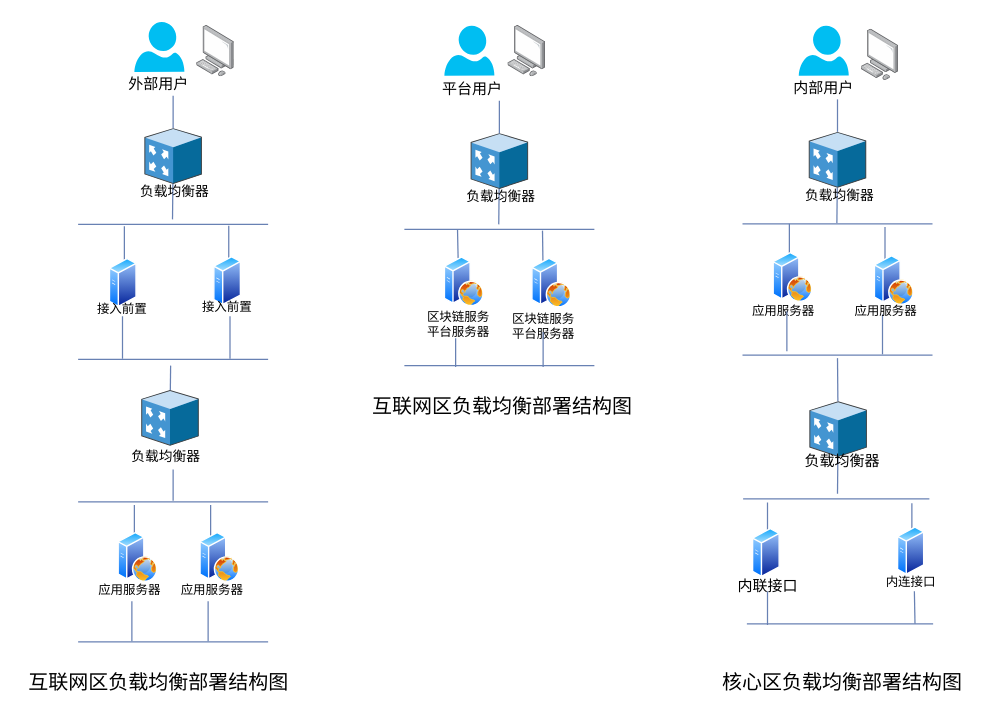
The draw.io diagram repository/drawio/postb/系统内F5部署结构图.drawio in dilide/collections, before the edit. Source tidied: cells renumbered, new cells numbered last; positions are measured from the earlier drawing's top-left corner, leaving out a move shared by most shapes. Both pictures are drawn from the tidied source at 125%, with x=0, y=0 at pixel (21, 21).
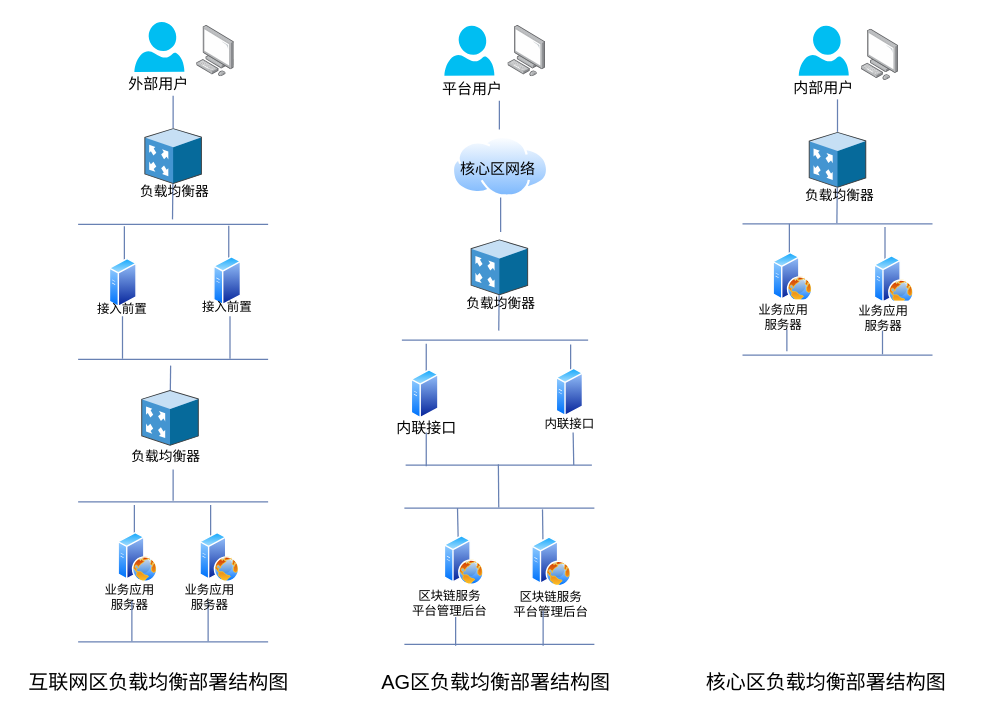
The same diagram, later.

Commit message:
Update 系统内F5部署结构图.drawio

What changed in the source:
```diff
@@
-    <mxCell id="11" value="区块链服务&lt;br style=&quot;font-size: 10px&quot;&gt;平台服务器" style="text;html=1;align=center;verticalAlign=top;spacingTop=-4;fontSize=10;" parent="1" vertex="1">
-      <mxGeometry x="314" y="228" width="70" height="24" as="geometry" />
+    <mxCell id="11" value="区块链服务&lt;br style=&quot;font-size: 10px&quot;&gt;平台管理后台" style="text;html=1;align=center;verticalAlign=top;spacingTop=-4;fontSize=10;" parent="1" vertex="1">
+      <mxGeometry x="301" y="451" width="82" height="24" as="geometry" />
     </mxCell>
     <mxCell id="12" style="endArrow=none;html=1;strokeColor=#6881B3;" parent="1" edge="1">
       <mxGeometry relative="1" as="geometry">
-        <mxPoint x="349" y="189" as="sourcePoint" />
-        <mxPoint x="348.5" y="166" as="targetPoint" />
+        <mxPoint x="349" y="412" as="sourcePoint" />
+        <mxPoint x="348.5" y="389" as="targetPoint" />
       </mxGeometry>
     </mxCell>
     <mxCell id="13" style="perimeter=ellipsePerimeter;html=1;align=center;shadow=0;dashed=0;spacingTop=3;image;image=img/lib/active_directory/web_server.svg;strokeColor=#6881B3;strokeWidth=1;fillColor=#99CCFF;fontSize=12;" parent="1" vertex="1">
-      <mxGeometry x="338" y="188" width="32" height="40" as="geometry" />
+      <mxGeometry x="338" y="411" width="32" height="40" as="geometry" />
     </mxCell>
@@
-    <mxCell id="27" value="应用服务器" style="text;html=1;align=center;verticalAlign=top;spacingTop=-4;fontSize=10;" parent="1" vertex="1">
-      <mxGeometry x="51" y="445.5" width="70" height="12" as="geometry" />
+    <mxCell id="27" value="业务应用&lt;br&gt;服务器" style="text;html=1;align=center;verticalAlign=top;spacingTop=-4;fontSize=10;" parent="1" vertex="1">
+      <mxGeometry x="57" y="445.5" width="58" height="24" as="geometry" />
     </mxCell>
@@
     <mxCell id="32" style="endArrow=none;html=1;strokeColor=#6881B3;" parent="1" edge="1">
       <mxGeometry relative="1" as="geometry">
-        <mxPoint x="347" y="276" as="sourcePoint" />
-        <mxPoint x="347" y="253" as="targetPoint" />
+        <mxPoint x="347" y="499" as="sourcePoint" />
+        <mxPoint x="347" y="476" as="targetPoint" />
       </mxGeometry>
     </mxCell>
@@
-    <mxCell id="35" style="shadow=0;dashed=0;html=1;labelPosition=center;verticalLabelPosition=bottom;verticalAlign=top;align=center;outlineConnect=0;shape=mxgraph.veeam.3d.proxy_appliance;direction=east;" parent="1" vertex="1">
-      <mxGeometry x="630" y="303.5" width="46" height="44.6" as="geometry" />
-    </mxCell>
-    <mxCell id="36" style="endArrow=none;html=1;strokeColor=#6881B3;" parent="1" edge="1" target="35">
-      <mxGeometry relative="1" as="geometry">
-        <mxPoint x="652.5" y="377.5" as="sourcePoint" />
-      </mxGeometry>
-    </mxCell>
-    <mxCell id="37" value="&lt;font style=&quot;font-size: 12px&quot;&gt;负载均衡器&lt;/font&gt;" style="text;html=1;align=center;verticalAlign=middle;labelBackgroundColor=none;fontSize=19;" parent="36" vertex="1">
-      <mxGeometry x="0.93" y="-3" relative="1" as="geometry" />
-    </mxCell>
-    <mxCell id="38" style="endArrow=none;html=1;strokeColor=#6881B3;fontSize=10;" parent="1" edge="1">
-      <mxGeometry relative="1" as="geometry">
-        <mxPoint x="577" y="381.5" as="sourcePoint" />
-        <mxPoint x="726" y="381.5" as="targetPoint" />
-      </mxGeometry>
-    </mxCell>
-    <mxCell id="39" style="endArrow=none;html=1;strokeColor=#6881B3;" parent="1" edge="1">
-      <mxGeometry relative="1" as="geometry">
-        <mxPoint x="596.5" y="418.5" as="sourcePoint" />
-        <mxPoint x="596.5" y="384.5" as="targetPoint" />
-      </mxGeometry>
-    </mxCell>
-    <mxCell id="40" style="perimeter=ellipsePerimeter;html=1;align=center;shadow=0;dashed=0;spacingTop=3;image;image=img/lib/active_directory/generic_server.svg;strokeColor=#6881B3;strokeWidth=1;fillColor=#99CCFF;fontSize=8;" parent="1" vertex="1">
-      <mxGeometry x="584.5" y="405" width="22.4" height="40" as="geometry" />
-    </mxCell>
-    <mxCell id="41" style="endArrow=none;html=1;strokeColor=#6881B3;" parent="1" edge="1">
-      <mxGeometry relative="1" as="geometry">
-        <mxPoint x="712" y="419" as="sourcePoint" />
-        <mxPoint x="712" y="385" as="targetPoint" />
-      </mxGeometry>
-    </mxCell>
-    <mxCell id="42" style="perimeter=ellipsePerimeter;html=1;align=center;shadow=0;dashed=0;spacingTop=3;image;image=img/lib/active_directory/generic_server.svg;strokeColor=#6881B3;strokeWidth=1;fillColor=#99CCFF;fontSize=8;" parent="1" vertex="1">
-      <mxGeometry x="700.5" y="403.5" width="22" height="40" as="geometry" />
-    </mxCell>
-    <mxCell id="43" value="内连接口" style="text;html=1;align=center;verticalAlign=top;spacingTop=-4;fontSize=10;" parent="1" vertex="1">
-      <mxGeometry x="682" y="439.5" width="58" height="12" as="geometry" />
-    </mxCell>
-    <mxCell id="44" style="endArrow=none;html=1;strokeColor=#6881B3;" parent="1" edge="1">
-      <mxGeometry relative="1" as="geometry">
-        <mxPoint x="596.5" y="482.5" as="sourcePoint" />
-        <mxPoint x="596.5" y="455.5" as="targetPoint" />
-      </mxGeometry>
-    </mxCell>
-    <mxCell id="45" style="endArrow=none;html=1;strokeColor=#6881B3;" parent="1" edge="1">
-      <mxGeometry relative="1" as="geometry">
-        <mxPoint x="714.5" y="481.5" as="sourcePoint" />
-        <mxPoint x="714" y="455.5" as="targetPoint" />
-      </mxGeometry>
-    </mxCell>
-    <mxCell id="46" style="endArrow=none;html=1;strokeColor=#6881B3;fontSize=10;" parent="1" edge="1">
-      <mxGeometry relative="1" as="geometry">
-        <mxPoint x="580" y="481.5" as="sourcePoint" />
-        <mxPoint x="729" y="481.5" as="targetPoint" />
-      </mxGeometry>
-    </mxCell>
@@
-    <mxCell id="51" value="应用服务器" style="text;html=1;align=center;verticalAlign=top;spacingTop=-4;fontSize=10;" parent="1" vertex="1">
-      <mxGeometry x="116.5" y="445.5" width="70" height="12" as="geometry" />
+    <mxCell id="51" value="业务应用&lt;br&gt;服务器" style="text;html=1;align=center;verticalAlign=top;spacingTop=-4;fontSize=10;" parent="1" vertex="1">
+      <mxGeometry x="120.5" y="445.5" width="58" height="24" as="geometry" />
     </mxCell>
@@
     <mxCell id="53" style="shadow=0;dashed=0;html=1;labelPosition=center;verticalLabelPosition=bottom;verticalAlign=top;align=center;outlineConnect=0;shape=mxgraph.veeam.3d.proxy_appliance;direction=east;" parent="1" vertex="1">
-      <mxGeometry x="359" y="89" width="46" height="44.6" as="geometry" />
+      <mxGeometry x="359" y="174" width="46" height="44.6" as="geometry" />
     </mxCell>
-    <mxCell id="54" style="endArrow=none;html=1;strokeColor=#6881B3;entryX=0.5;entryY=1;entryDx=0;entryDy=0;" parent="1" edge="1" source="53">
+    <mxCell id="54" style="endArrow=none;html=1;strokeColor=#6881B3;entryX=0.5;entryY=1;entryDx=0;entryDy=0;" parent="1" edge="1">
       <mxGeometry relative="1" as="geometry">
+        <mxPoint x="382" y="86" as="sourcePoint" />
         <mxPoint x="382" y="63" as="targetPoint" />
       </mxGeometry>
     </mxCell>
     <mxCell id="55" style="endArrow=none;html=1;strokeColor=#6881B3;" parent="1" edge="1">
       <mxGeometry relative="1" as="geometry">
-        <mxPoint x="381.5" y="162" as="sourcePoint" />
-        <mxPoint x="381.8" y="133.6" as="targetPoint" />
+        <mxPoint x="381.5" y="247" as="sourcePoint" />
+        <mxPoint x="381.8" y="218.6" as="targetPoint" />
       </mxGeometry>
     </mxCell>
@@
     <mxCell id="57" style="endArrow=none;html=1;strokeColor=#6881B3;fontSize=10;" parent="1" edge="1">
       <mxGeometry relative="1" as="geometry">
-        <mxPoint x="306" y="166" as="sourcePoint" />
-        <mxPoint x="458" y="166" as="targetPoint" />
+        <mxPoint x="306" y="389" as="sourcePoint" />
+        <mxPoint x="458" y="389" as="targetPoint" />
       </mxGeometry>
     </mxCell>
-    <mxCell id="58" value="区块链服务&lt;br style=&quot;font-size: 10px&quot;&gt;平台服务器" style="text;html=1;align=center;verticalAlign=top;spacingTop=-4;fontSize=10;" parent="1" vertex="1">
-      <mxGeometry x="382" y="229" width="70" height="24" as="geometry" />
+    <mxCell id="58" value="区块链服务&lt;br style=&quot;font-size: 10px&quot;&gt;平台管理后台" style="text;html=1;align=center;verticalAlign=top;spacingTop=-4;fontSize=10;" parent="1" vertex="1">
+      <mxGeometry x="382" y="452" width="82" height="24" as="geometry" />
     </mxCell>
     <mxCell id="59" style="endArrow=none;html=1;strokeColor=#6881B3;exitX=0.25;exitY=0;exitDx=0;exitDy=0;" parent="1" edge="1" source="60">
       <mxGeometry relative="1" as="geometry">
-        <mxPoint x="416.5" y="167" as="targetPoint" />
+        <mxPoint x="416.5" y="390" as="targetPoint" />
       </mxGeometry>
     </mxCell>
     <mxCell id="60" style="perimeter=ellipsePerimeter;html=1;align=center;shadow=0;dashed=0;spacingTop=3;image;image=img/lib/active_directory/web_server.svg;strokeColor=#6881B3;strokeWidth=1;fillColor=#99CCFF;fontSize=12;" parent="1" vertex="1">
-      <mxGeometry x="408" y="189" width="32" height="40" as="geometry" />
+      <mxGeometry x="408" y="412" width="32" height="40" as="geometry" />
     </mxCell>
     <mxCell id="61" style="endArrow=none;html=1;strokeColor=#6881B3;" parent="1" edge="1">
       <mxGeometry relative="1" as="geometry">
-        <mxPoint x="417" y="276" as="sourcePoint" />
-        <mxPoint x="417" y="248" as="targetPoint" />
+        <mxPoint x="417" y="499" as="sourcePoint" />
+        <mxPoint x="417" y="471" as="targetPoint" />
       </mxGeometry>
     </mxCell>
     <mxCell id="62" style="endArrow=none;html=1;strokeColor=#6881B3;fontSize=10;" parent="1" edge="1">
       <mxGeometry relative="1" as="geometry">
-        <mxPoint x="306" y="275" as="sourcePoint" />
-        <mxPoint x="458" y="275" as="targetPoint" />
+        <mxPoint x="306" y="498" as="sourcePoint" />
+        <mxPoint x="458" y="498" as="targetPoint" />
       </mxGeometry>
     </mxCell>
@@
-    <mxCell id="72" value="应用服务器" style="text;html=1;align=center;verticalAlign=top;spacingTop=-4;fontSize=10;" parent="1" vertex="1">
-      <mxGeometry x="573.5" y="223" width="70" height="12" as="geometry" />
-    </mxCell>
@@
-    <mxCell id="79" value="应用服务器" style="text;html=1;align=center;verticalAlign=top;spacingTop=-4;fontSize=10;" parent="1" vertex="1">
-      <mxGeometry x="656" y="223" width="70" height="12" as="geometry" />
-    </mxCell>
@@
-    <mxCell id="81" style="endArrow=none;html=1;strokeColor=#6881B3;" parent="1" edge="1" source="35">
-      <mxGeometry relative="1" as="geometry">
-        <mxPoint x="652.5" y="269" as="targetPoint" />
-      </mxGeometry>
-    </mxCell>
-    <mxCell id="82" value="内联接口" style="text;html=1;align=left;verticalAlign=top;spacingTop=-4;" parent="1" vertex="1">
-      <mxGeometry x="570.5" y="441.5" width="58" height="14" as="geometry" />
-    </mxCell>
     <mxCell id="83" value="核心区负载均衡部署结构图" style="text;html=1;align=center;verticalAlign=top;spacingTop=-4;fontSize=16;" parent="1" vertex="1">
-      <mxGeometry x="579" y="516" width="154" height="14" as="geometry" />
+      <mxGeometry x="566" y="516" width="154" height="14" as="geometry" />
     </mxCell>
-    <mxCell id="84" value="互联网区负载均衡部署结构图" style="text;html=1;align=center;verticalAlign=top;spacingTop=-4;fontSize=16;" parent="1" vertex="1">
-      <mxGeometry x="275" y="294.5" width="218" height="19" as="geometry" />
+    <mxCell id="84" value="AG区负载均衡部署结构图" style="text;html=1;align=center;verticalAlign=top;spacingTop=-4;fontSize=16;" parent="1" vertex="1">
+      <mxGeometry x="282.5" y="516" width="193" height="19" as="geometry" />
     </mxCell>
@@
+    <mxCell id="72" value="业务应用&lt;br&gt;服务器" style="text;html=1;align=center;verticalAlign=top;spacingTop=-4;fontSize=10;fillColor=#ffffff;" parent="1" vertex="1">
+      <mxGeometry x="579.5" y="222" width="58" height="24" as="geometry" />
+    </mxCell>
+    <mxCell id="79" value="业务应用&lt;br&gt;服务器" style="text;html=1;align=center;verticalAlign=top;spacingTop=-4;fontSize=10;fillColor=#ffffff;" parent="1" vertex="1">
+      <mxGeometry x="660" y="223" width="58" height="24" as="geometry" />
+    </mxCell>
+    <mxCell id="86" style="endArrow=none;html=1;strokeColor=#6881B3;fontSize=10;" parent="1" edge="1">
+      <mxGeometry relative="1" as="geometry">
+        <mxPoint x="304" y="254.5" as="sourcePoint" />
+        <mxPoint x="453" y="254.5" as="targetPoint" />
+      </mxGeometry>
+    </mxCell>
+    <mxCell id="87" style="endArrow=none;html=1;strokeColor=#6881B3;" parent="1" edge="1">
+      <mxGeometry relative="1" as="geometry">
+        <mxPoint x="323.5" y="291.5" as="sourcePoint" />
+        <mxPoint x="323.5" y="257.5" as="targetPoint" />
+      </mxGeometry>
+    </mxCell>
+    <mxCell id="88" style="perimeter=ellipsePerimeter;html=1;align=center;shadow=0;dashed=0;spacingTop=3;image;image=img/lib/active_directory/generic_server.svg;strokeColor=#6881B3;strokeWidth=1;fillColor=#99CCFF;fontSize=8;" parent="1" vertex="1">
+      <mxGeometry x="311.5" y="278" width="22.4" height="40" as="geometry" />
+    </mxCell>
+    <mxCell id="89" style="endArrow=none;html=1;strokeColor=#6881B3;" parent="1" edge="1">
+      <mxGeometry relative="1" as="geometry">
+        <mxPoint x="439" y="292" as="sourcePoint" />
+        <mxPoint x="439" y="258" as="targetPoint" />
+      </mxGeometry>
+    </mxCell>
+    <mxCell id="90" style="perimeter=ellipsePerimeter;html=1;align=center;shadow=0;dashed=0;spacingTop=3;image;image=img/lib/active_directory/generic_server.svg;strokeColor=#6881B3;strokeWidth=1;fillColor=#99CCFF;fontSize=8;" parent="1" vertex="1">
+      <mxGeometry x="427.5" y="276.5" width="22" height="40" as="geometry" />
+    </mxCell>
+    <mxCell id="91" value="内联接口" style="text;html=1;align=center;verticalAlign=top;spacingTop=-4;fontSize=10;" parent="1" vertex="1">
+      <mxGeometry x="409" y="312.5" width="58" height="12" as="geometry" />
+    </mxCell>
+    <mxCell id="92" style="endArrow=none;html=1;strokeColor=#6881B3;" parent="1" edge="1">
+      <mxGeometry relative="1" as="geometry">
+        <mxPoint x="323.5" y="355.5" as="sourcePoint" />
+        <mxPoint x="323.5" y="328.5" as="targetPoint" />
+      </mxGeometry>
+    </mxCell>
+    <mxCell id="93" style="endArrow=none;html=1;strokeColor=#6881B3;" parent="1" edge="1">
+      <mxGeometry relative="1" as="geometry">
+        <mxPoint x="441.5" y="354.5" as="sourcePoint" />
+        <mxPoint x="441" y="328.5" as="targetPoint" />
+      </mxGeometry>
+    </mxCell>
+    <mxCell id="94" style="endArrow=none;html=1;strokeColor=#6881B3;fontSize=10;" parent="1" edge="1">
+      <mxGeometry relative="1" as="geometry">
+        <mxPoint x="307" y="354.5" as="sourcePoint" />
+        <mxPoint x="456" y="354.5" as="targetPoint" />
+      </mxGeometry>
+    </mxCell>
+    <mxCell id="82" value="内联接口" style="text;html=1;align=left;verticalAlign=top;spacingTop=-4;" parent="1" vertex="1">
+      <mxGeometry x="297.5" y="314.5" width="58" height="14" as="geometry" />
+    </mxCell>
+    <mxCell id="95" style="endArrow=none;html=1;strokeColor=#6881B3;" parent="1" edge="1">
+      <mxGeometry relative="1" as="geometry">
+        <mxPoint x="381.5" y="388.5" as="sourcePoint" />
+        <mxPoint x="381.2" y="354" as="targetPoint" />
+      </mxGeometry>
+    </mxCell>
+    <mxCell id="96" style="edgeStyle=orthogonalEdgeStyle;rounded=0;jettySize=auto;html=1;exitX=0.5;exitY=1;exitDx=0;exitDy=0;strokeWidth=1;endArrow=none;endFill=0;strokeColor=#6881B3;" parent="1" edge="1" source="97">
+      <mxGeometry relative="1" as="geometry">
+        <mxPoint x="383" y="168" as="targetPoint" />
+      </mxGeometry>
+    </mxCell>
+    <mxCell id="97" style="perimeter=ellipsePerimeter;html=1;align=center;shadow=0;dashed=0;spacingTop=3;image;image=img/lib/active_directory/internet_cloud.svg;fillColor=#ffffff;" parent="1" vertex="1">
+      <mxGeometry x="344.5" y="91.5" width="77" height="49" as="geometry" />
+    </mxCell>
+    <mxCell id="98" value="核心区网络" style="text;html=1;align=left;verticalAlign=top;spacingTop=-4;" parent="1" vertex="1">
+      <mxGeometry x="348.5" y="108" width="70" height="14" as="geometry" />
+    </mxCell>
```
